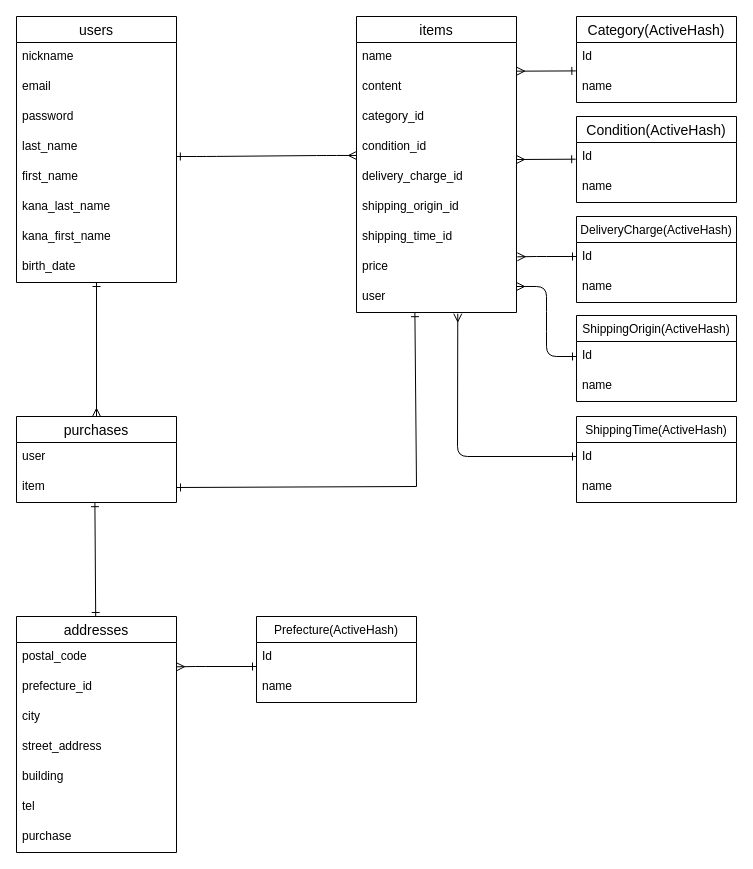
The draw.io diagram furima.dio in Yosshi1988/furima-39805, before the edit. Source tidied: cells renumbered, new cells numbered last; positions are measured from the earlier drawing's top-left corner, leaving out a move shared by most shapes. Both pictures are drawn from the tidied source at 100%, with x=0, y=0 at pixel (16, 16).
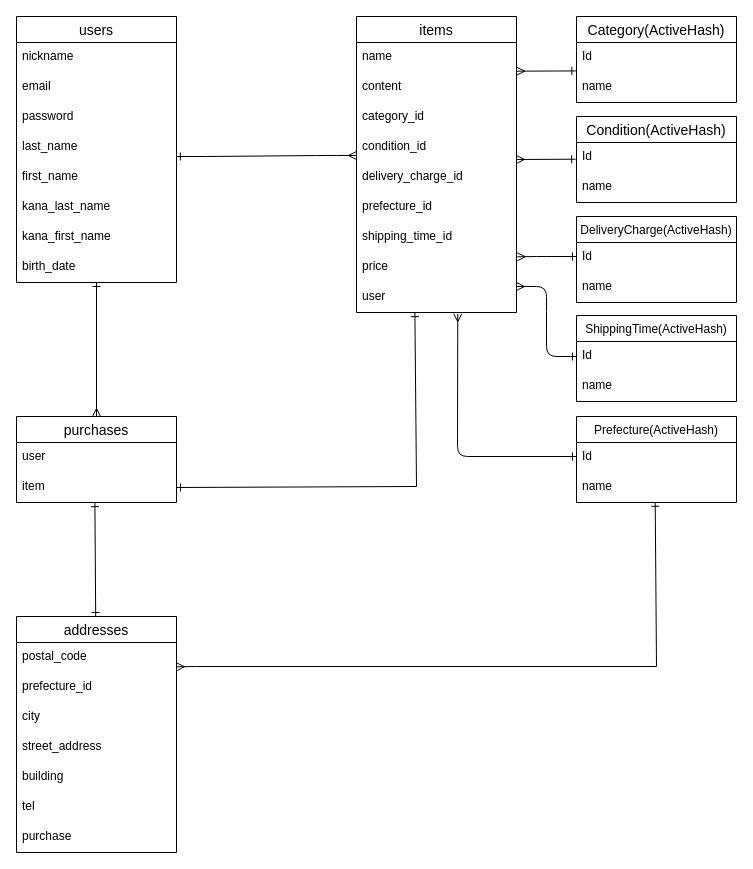
The same diagram, later.

Commit message (it also covers changes not shown here):
データーベース設計(修正2回目)

Unchanged cells that the change refers to:
```xml
<mxCell id="11" value="items" style="swimlane;fontStyle=0;horizontal=1;startSize=26;align=center;fontSize=14;" parent="1" vertex="1">
  <mxGeometry x="340" width="160" height="296" as="geometry" />
</mxCell>
<mxCell id="20" value="user" style="text;strokeColor=none;fillColor=none;spacingLeft=4;spacingRight=4;overflow=hidden;points=[[0,0.5],[1,0.5]];portConstraint=eastwest;fontSize=12;" parent="11" vertex="1">
  <mxGeometry y="266" width="160" height="30" as="geometry" />
</mxCell>
<mxCell id="57" value="Id" style="text;strokeColor=none;fillColor=none;spacingLeft=4;spacingRight=4;overflow=hidden;points=[[0,0.5],[1,0.5]];portConstraint=eastwest;fontSize=12;" parent="56" vertex="1">
  <mxGeometry y="26" width="160" height="30" as="geometry" />
</mxCell>
<mxCell id="58" value="name" style="text;strokeColor=none;fillColor=none;spacingLeft=4;spacingRight=4;overflow=hidden;points=[[0,0.5],[1,0.5]];portConstraint=eastwest;fontSize=12;" parent="56" vertex="1">
  <mxGeometry y="56" width="160" height="30" as="geometry" />
</mxCell>
```

Change to the diagram source:
```diff
@@
-    <mxCell id="17" value="shipping_origin_id" style="text;strokeColor=none;fillColor=none;spacingLeft=4;spacingRight=4;overflow=hidden;fontSize=12;" parent="11" vertex="1">
+    <mxCell id="17" value="prefecture_id" style="text;strokeColor=none;fillColor=none;spacingLeft=4;spacingRight=4;overflow=hidden;fontSize=12;" parent="11" vertex="1">
       <mxGeometry y="176" width="160" height="30" as="geometry" />
     </mxCell>
@@
-    <mxCell id="41" value="ShippingOrigin(ActiveHash)" style="swimlane;fontStyle=0;horizontal=1;startSize=26;align=center;fontSize=12;" parent="1" vertex="1">
-      <mxGeometry x="560" y="299" width="160" height="86" as="geometry" />
-    </mxCell>
-    <mxCell id="42" value="Id" style="text;strokeColor=none;fillColor=none;spacingLeft=4;spacingRight=4;overflow=hidden;points=[[0,0.5],[1,0.5]];portConstraint=eastwest;fontSize=12;" parent="41" vertex="1">
-      <mxGeometry y="26" width="160" height="30" as="geometry" />
-    </mxCell>
-    <mxCell id="43" value="name" style="text;strokeColor=none;fillColor=none;spacingLeft=4;spacingRight=4;overflow=hidden;fontSize=12;" parent="41" vertex="1">
-      <mxGeometry y="56" width="160" height="30" as="geometry" />
-    </mxCell>
     <mxCell id="44" value="ShippingTime(ActiveHash)" style="swimlane;fontStyle=0;horizontal=1;startSize=26;align=center;fontSize=12;" parent="1" vertex="1">
-      <mxGeometry x="560" y="400" width="160" height="86" as="geometry" />
+      <mxGeometry x="560" y="299" width="160" height="86" as="geometry" />
     </mxCell>
@@
-    <mxCell id="50" style="edgeStyle=entityRelationEdgeStyle;fontSize=12;html=1;endArrow=ERone;strokeWidth=1;startSize=6;jumpSize=6;entryX=0;entryY=0.5;entryDx=0;entryDy=0;exitX=1;exitY=0.133;exitDx=0;exitDy=0;startArrow=ERmany;startFill=0;endFill=0;exitPerimeter=0;" parent="1" edge="1" source="20" target="42">
-      <mxGeometry relative="1" as="geometry" />
+    <mxCell id="50" style="edgeStyle=entityRelationEdgeStyle;fontSize=12;html=1;endArrow=ERone;strokeWidth=1;startSize=6;jumpSize=6;entryX=0;entryY=0.5;entryDx=0;entryDy=0;exitX=1;exitY=0.133;exitDx=0;exitDy=0;startArrow=ERmany;startFill=0;endFill=0;exitPerimeter=0;" parent="1" edge="1" source="20">
+      <mxGeometry relative="1" as="geometry">
+        <mxPoint x="560" y="340" as="targetPoint" />
+      </mxGeometry>
     </mxCell>
@@
     <mxCell id="56" value="Prefecture(ActiveHash)" style="swimlane;fontStyle=0;horizontal=1;startSize=26;align=center;fontSize=12;" parent="1" vertex="1">
-      <mxGeometry x="240" y="600" width="160" height="86" as="geometry" />
+      <mxGeometry x="560" y="400" width="160" height="86" as="geometry" />
     </mxCell>
@@
-    <mxCell id="59" style="endArrow=ERone;html=1;rounded=0;strokeWidth=1;fontSize=12;startSize=6;jumpSize=6;entryX=0;entryY=0.8;entryDx=0;entryDy=0;entryPerimeter=0;exitX=1.001;exitY=0.956;exitDx=0;exitDy=0;exitPerimeter=0;endFill=0;startArrow=ERmany;startFill=0;" parent="1" edge="1" target="57">
+    <mxCell id="59" style="endArrow=ERone;html=1;rounded=0;strokeWidth=1;fontSize=12;startSize=6;jumpSize=6;exitX=1.001;exitY=0.956;exitDx=0;exitDy=0;exitPerimeter=0;endFill=0;startArrow=ERmany;startFill=0;entryX=0.492;entryY=0.993;entryDx=0;entryDy=0;entryPerimeter=0;" parent="1" edge="1" target="58">
       <mxGeometry relative="1" as="geometry">
         <mxPoint x="160" y="650.3" as="sourcePoint" />
         <Array as="points">
           <mxPoint x="179.2" y="650" />
           <mxPoint x="189.2" y="650" />
+          <mxPoint x="640" y="650" />
         </Array>
       </mxGeometry>
     </mxCell>
```
